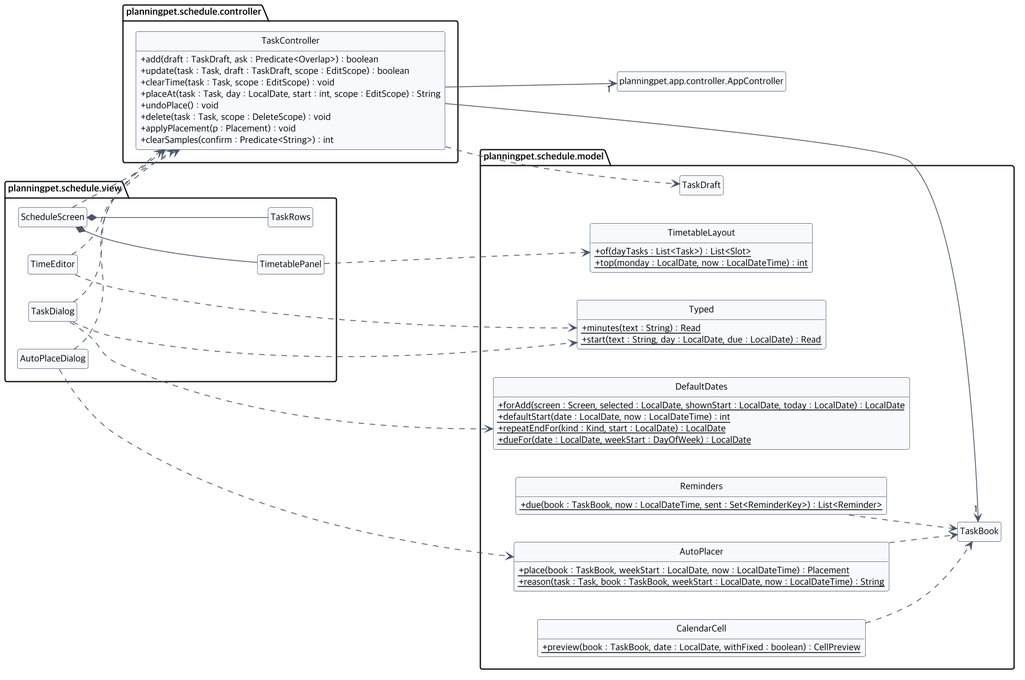
Above: docs/diagrams/class-schedule-rules.png in 2026-2-software-system-design-11/planning-pet-app (PlantUML), before the change.
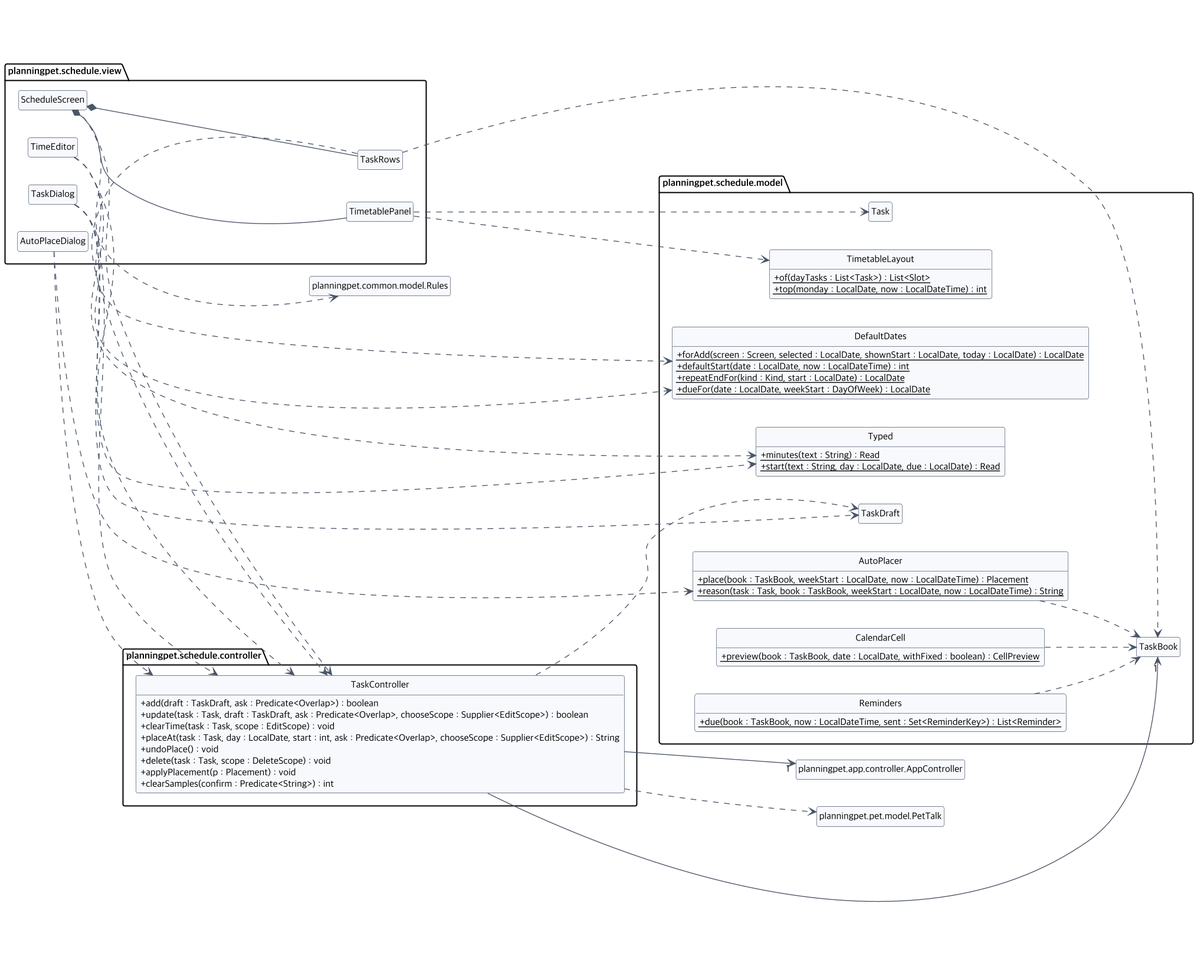
Above is the later version.

Commit message:
docs(schedule): 07에 TaskController의 범위 물음 인자와 빠진 의존 화살표 더하기 (#296)

What changed in the source:
```diff
@@ -12,9 +12,9 @@
 package planningpet.schedule.controller {
   class TaskController {
     + add(draft : TaskDraft, ask : Predicate<Overlap>) : boolean
-    + update(task : Task, draft : TaskDraft, scope : EditScope) : boolean
+    + update(task : Task, draft : TaskDraft, ask : Predicate<Overlap>, chooseScope : Supplier<EditScope>) : boolean
     + clearTime(task : Task, scope : EditScope) : void
-    + placeAt(task : Task, day : LocalDate, start : int, scope : EditScope) : String
+    + placeAt(task : Task, day : LocalDate, start : int, ask : Predicate<Overlap>, chooseScope : Supplier<EditScope>) : String
     + undoPlace() : void
     + delete(task : Task, scope : DeleteScope) : void
     + applyPlacement(p : Placement) : void
@@ -46,6 +46,7 @@
     {static} + minutes(text : String) : Read
     {static} + start(text : String, day : LocalDate, due : LocalDate) : Read
   }
+  class Task
   class TaskBook
   class TaskDraft
 }
@@ -63,6 +64,13 @@
 TaskController --> "1" TaskBook
 TaskController --> "1" planningpet.app.controller.AppController
 TaskController ..> TaskDraft
+TaskController ..> planningpet.pet.model.PetTalk
+TaskDialog ..> TaskDraft
+TimeEditor ..> DefaultDates
+ScheduleScreen ..> planningpet.common.model.Rules
+TaskRows ..> TaskBook
+TaskRows ..> TaskController
+TimetablePanel ..> Task
 AutoPlacer ..> TaskBook
 Reminders ..> TaskBook
 CalendarCell ..> TaskBook
```
